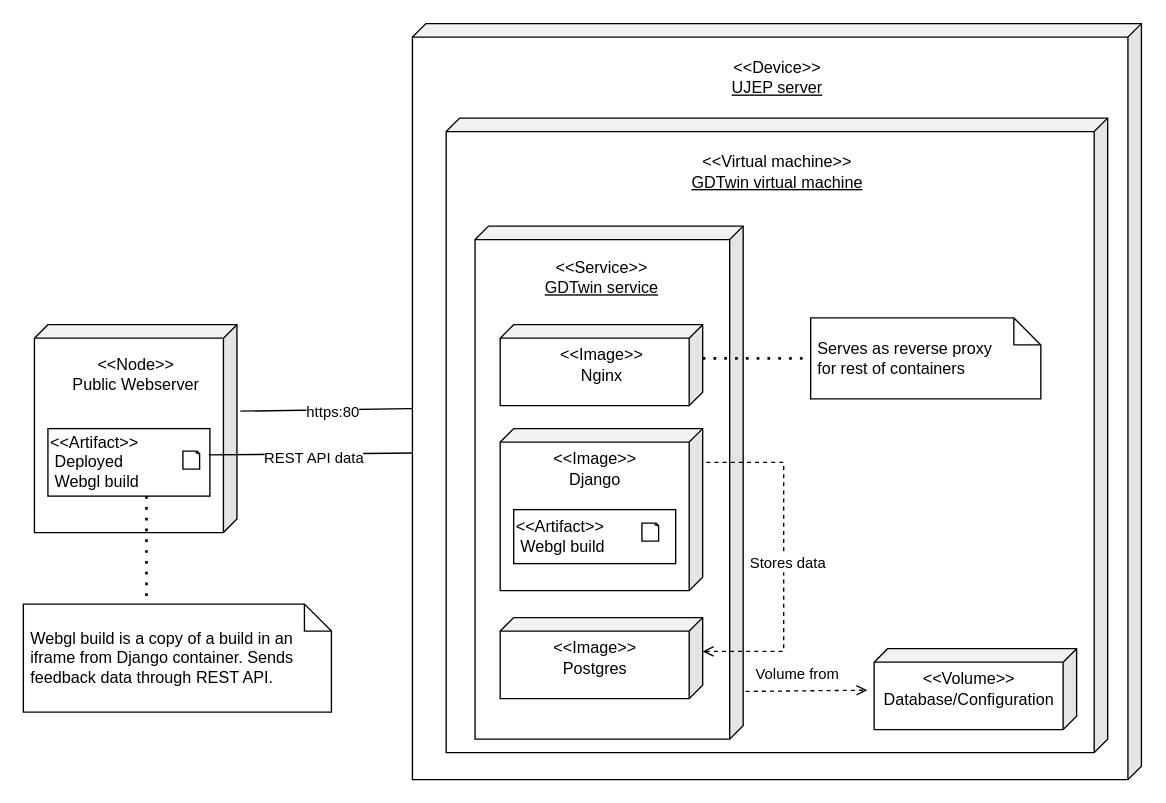
The draw.io diagram documentation/diagrams/deployment.drawio in pavelberanek91/gdtwins, before the edit. Source tidied: cells renumbered, new cells numbered last; positions are measured from the earlier drawing's top-left corner, leaving out a move shared by most shapes. Both pictures are drawn from the tidied source at 135%, with x=0, y=0 at pixel (23, 23).
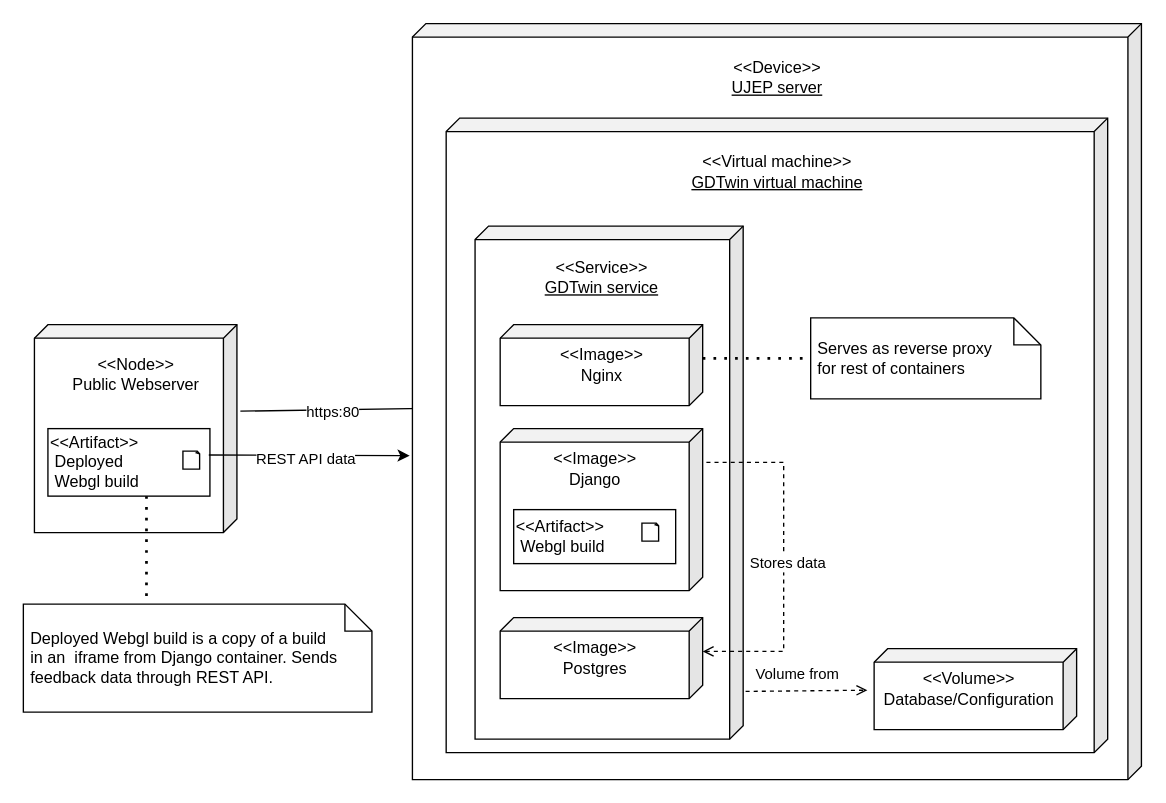
Above is the later version.

Commit message (it also covers changes not shown here):
fixed hidden arrow in deployment diag

Unchanged cells that the change refers to:
```xml
<mxCell id="6" value="&lt;div&gt;&amp;lt;&amp;lt;Artifact&amp;gt;&amp;gt;&lt;/div&gt;&amp;nbsp;Deployed &lt;br&gt;&amp;nbsp;Webgl build" style="rounded=0;whiteSpace=wrap;html=1;align=left;" parent="5" vertex="1">
  <mxGeometry y="-10" width="120" height="50" as="geometry" />
</mxCell>
```

Diff of the diagram source:
```diff
@@
     <mxCell id="10" style="endArrow=classic;html=1;rounded=0;exitX=0.993;exitY=0.39;exitDx=0;exitDy=0;exitPerimeter=0;" parent="1" edge="1" source="6">
       <mxGeometry relative="1" as="geometry">
-        <mxPoint x="298" y="318" as="targetPoint" />
+        <mxPoint x="286" y="320" as="targetPoint" />
       </mxGeometry>
     </mxCell>
@@
-    <mxCell id="12" value="&amp;nbsp;Webgl build is a copy of a build in an&amp;nbsp; &amp;nbsp;iframe from Django container. Sends&amp;nbsp; &amp;nbsp;feedback data through REST API." style="shape=note;size=20;whiteSpace=wrap;html=1;align=left;" parent="1" vertex="1">
-      <mxGeometry x="-0.2" y="430" width="228.2" height="80" as="geometry" />
+    <mxCell id="12" value="&amp;nbsp;Deployed Webgl build is a copy of a build &lt;br&gt;&amp;nbsp;in an&amp;nbsp; iframe from Django container. Sends&amp;nbsp; &amp;nbsp;feedback data through REST API." style="shape=note;size=20;whiteSpace=wrap;html=1;align=left;" parent="1" vertex="1">
+      <mxGeometry x="-0.2" y="430" width="258.2" height="80" as="geometry" />
     </mxCell>
```
